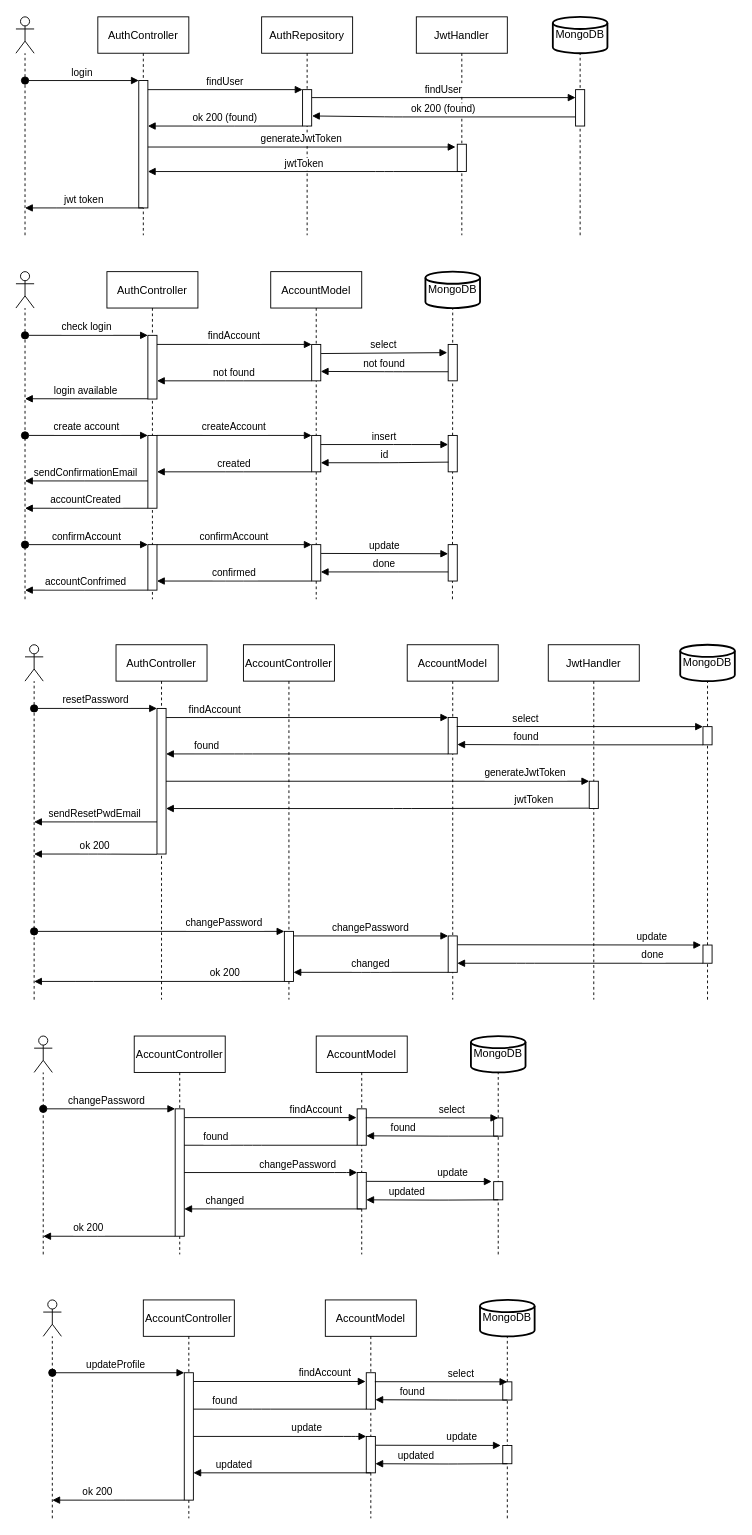
This is diagrams/auth.drawio from shardoc/shardoc.github.io, a draw.io file, before an edit. Source tidied: cells renumbered, new cells numbered last; positions are measured from the earlier drawing's top-left corner, leaving out a move shared by most shapes. Both pictures are drawn from the tidied source at 91%, with x=0, y=0 at pixel (15, 16).
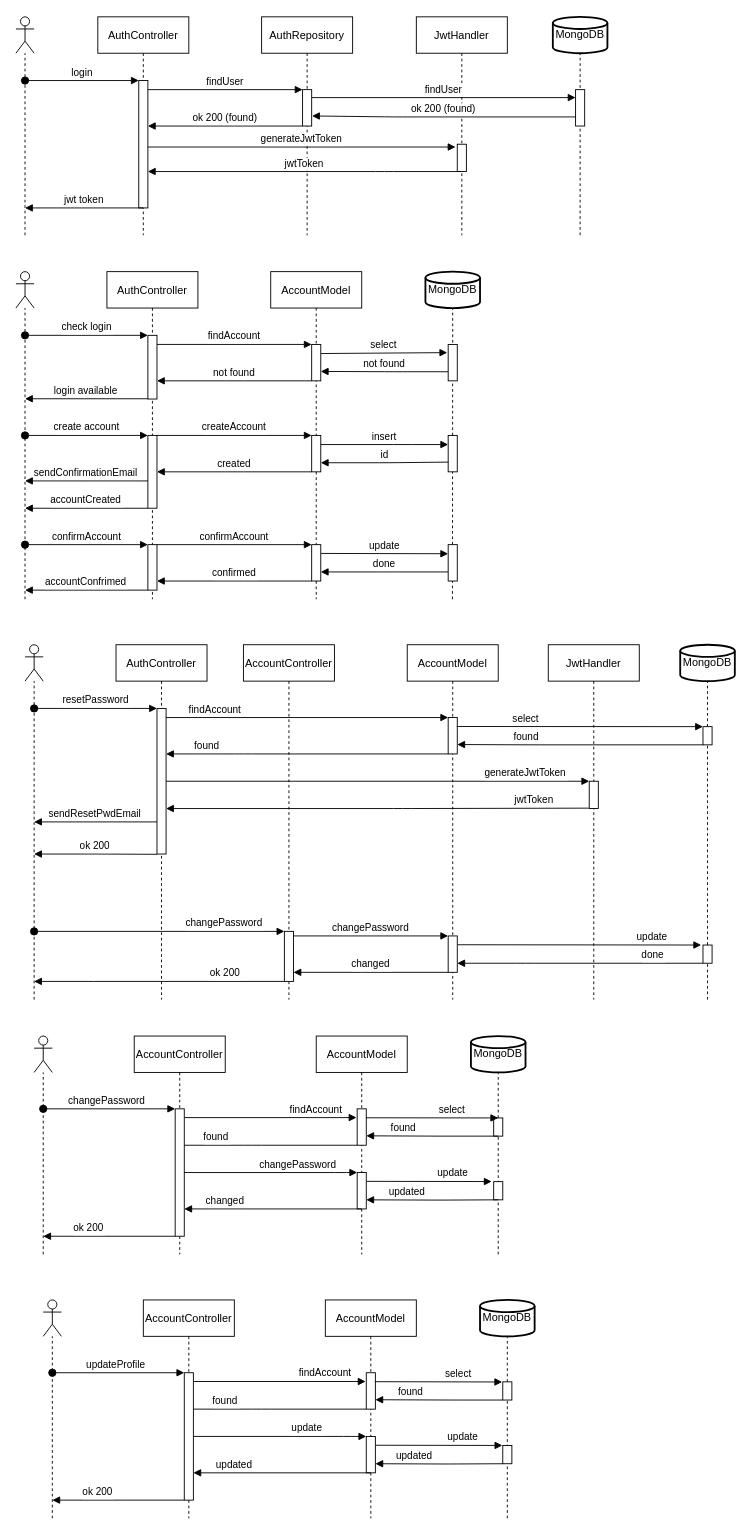
After the change.

Unchanged cells that the change refers to:
```xml
<mxCell id="107" style="points=[];perimeter=orthogonalPerimeter;rounded=0;shadow=0;strokeWidth=1;" parent="106" vertex="1">
  <mxGeometry x="45" y="80" width="10" height="40" as="geometry" />
</mxCell>
<mxCell id="108" style="points=[];perimeter=orthogonalPerimeter;rounded=0;shadow=0;strokeWidth=1;" parent="106" vertex="1">
  <mxGeometry x="45" y="150" width="10" height="40" as="geometry" />
</mxCell>
<mxCell id="117" style="points=[];perimeter=orthogonalPerimeter;rounded=0;shadow=0;strokeWidth=1;" parent="1" vertex="1">
  <mxGeometry x="535" y="1500" width="10" height="20" as="geometry" />
</mxCell>
<mxCell id="120" style="points=[];perimeter=orthogonalPerimeter;rounded=0;shadow=0;strokeWidth=1;" parent="1" vertex="1">
  <mxGeometry x="535" y="1570" width="10" height="20" as="geometry" />
</mxCell>
```

Change to the diagram source:
```diff
@@
-    <mxCell id="118" value="select" style="verticalAlign=bottom;endArrow=block;shadow=0;strokeWidth=1;exitX=0.943;exitY=0.246;exitDx=0;exitDy=0;exitPerimeter=0;" parent="1" edge="1" source="107">
-      <mxGeometry x="0.31" relative="1" as="geometry">
-        <mxPoint x="540" y="1500" as="targetPoint" />
-      </mxGeometry>
+    <mxCell id="118" value="select" style="verticalAlign=bottom;endArrow=block;shadow=0;strokeWidth=1;exitX=0.943;exitY=0.246;exitDx=0;exitDy=0;exitPerimeter=0;entryX=-0.065;entryY=0.008;entryDx=0;entryDy=0;entryPerimeter=0;" parent="1" edge="1" source="107" target="117">
+      <mxGeometry x="0.31" relative="1" as="geometry" />
     </mxCell>
     <mxCell id="119" value="found" style="verticalAlign=bottom;endArrow=block;shadow=0;strokeWidth=1;entryX=1;entryY=0.742;entryDx=0;entryDy=0;entryPerimeter=0;" parent="1" edge="1" target="107">
       <mxGeometry x="0.44" relative="1" as="geometry">
-        <mxPoint x="540" y="1520" as="sourcePoint" />
+        <mxPoint x="535" y="1520" as="sourcePoint" />
         <Array as="points">
           <mxPoint x="475" y="1520" />
         </Array>
       </mxGeometry>
     </mxCell>
@@
-    <mxCell id="121" value="update" style="verticalAlign=bottom;endArrow=block;shadow=0;strokeWidth=1;exitX=1.033;exitY=0.242;exitDx=0;exitDy=0;exitPerimeter=0;entryX=-0.221;entryY=-0.005;entryDx=0;entryDy=0;entryPerimeter=0;" parent="1" edge="1" source="108" target="120">
+    <mxCell id="121" value="update" style="verticalAlign=bottom;endArrow=block;shadow=0;strokeWidth=1;exitX=1.033;exitY=0.242;exitDx=0;exitDy=0;exitPerimeter=0;entryX=-0.045;entryY=-0.005;entryDx=0;entryDy=0;entryPerimeter=0;" parent="1" edge="1" source="108" target="120">
       <mxGeometry x="0.38" relative="1" as="geometry" />
     </mxCell>
@@
-    <mxCell id="126" value="updated" style="verticalAlign=bottom;endArrow=block;shadow=0;strokeWidth=1;entryX=1;entryY=0.742;entryDx=0;entryDy=0;entryPerimeter=0;" parent="1" edge="1">
+    <mxCell id="126" value="updated" style="verticalAlign=bottom;endArrow=block;shadow=0;strokeWidth=1;entryX=1;entryY=0.742;entryDx=0;entryDy=0;entryPerimeter=0;" parent="1" edge="1" source="120">
       <mxGeometry x="0.38" relative="1" as="geometry">
-        <mxPoint x="540" y="1590" as="sourcePoint" />
         <mxPoint x="395" y="1590" as="targetPoint" />
         <Array as="points">
           <mxPoint x="475" y="1590.3" />
         </Array>
       </mxGeometry>
     </mxCell>
```
